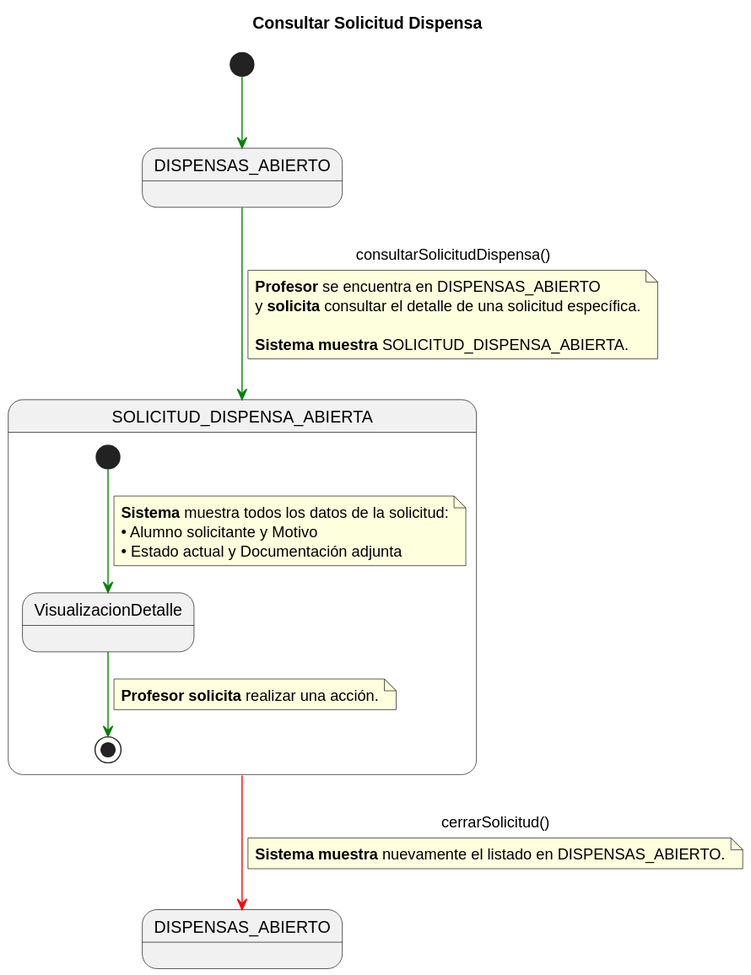
This is documents/CasosDeUso/DetalladoCasosDeUso/Profesor/consultarSolicitudDispensa.svg from enmabry/25-26-IdSw1-SdR, a PlantUML export, as it was before one commit.
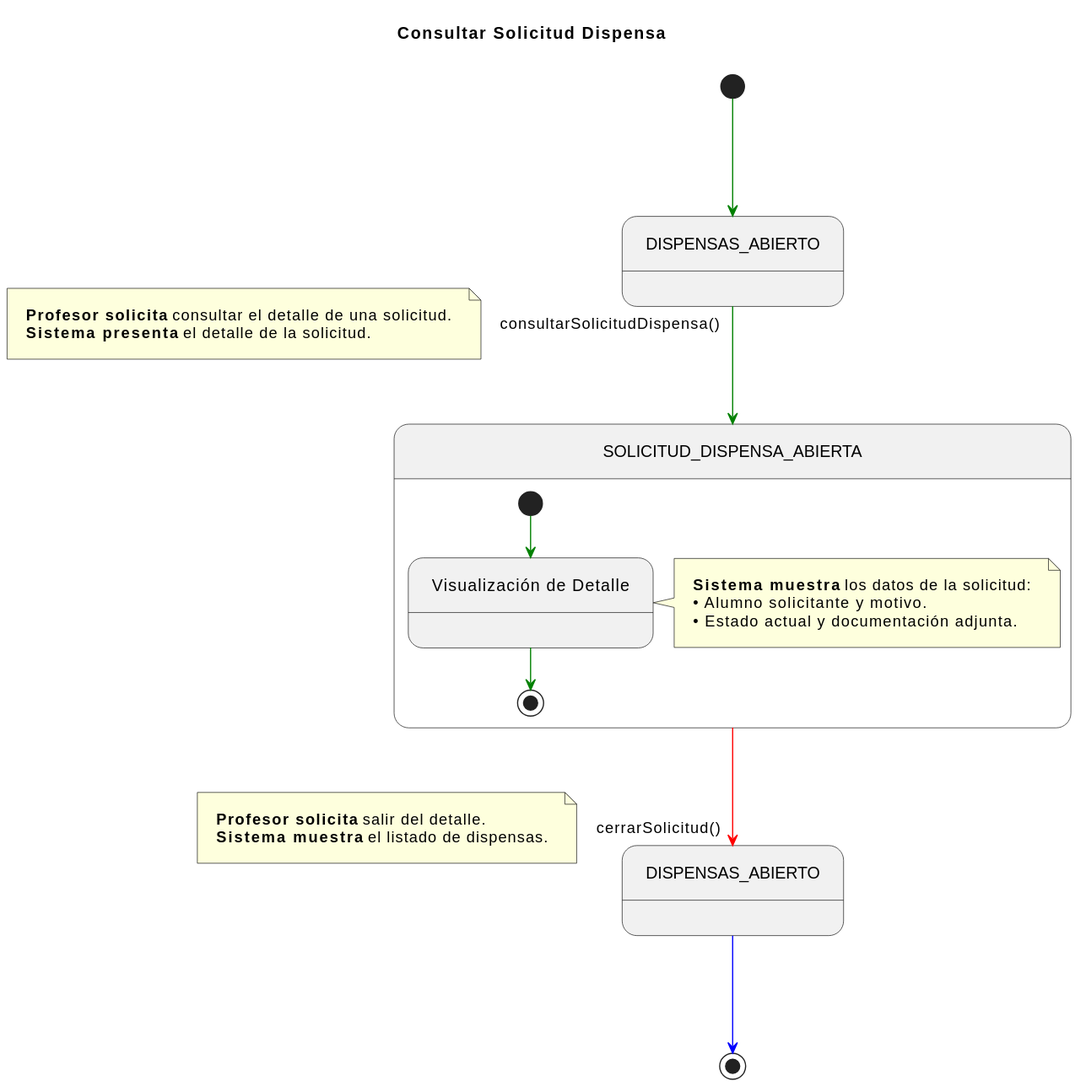
After the change.

Change to the diagram source:
```diff
@@ -1,40 +1,38 @@
 @startuml
 title Consultar Solicitud Dispensa
-skinparam linetype polyline
+skinparam nodesep 100
+skinparam ranksep 100
+skinparam linetype ortho
+skinparam Padding 10
 
 state DISPENSAS_ABIERTO_INICIAL       as "DISPENSAS_ABIERTO"
-state DISPENSAS_ABIERTO_FINAL       as "DISPENSAS_ABIERTO"
+state DISPENSAS_ABIERTO_FINAL         as "DISPENSAS_ABIERTO"
 state SOLICITUD_DISPENSA_ABIERTA_COMP as "SOLICITUD_DISPENSA_ABIERTA"
 
 [*] -[#green]-> DISPENSAS_ABIERTO_INICIAL
 
 DISPENSAS_ABIERTO_INICIAL -[#green]-> SOLICITUD_DISPENSA_ABIERTA_COMP : consultarSolicitudDispensa()
-note on link
-<b>Profesor</b> se encuentra en DISPENSAS_ABIERTO
-y <b>solicita</b> consultar el detalle de una solicitud específica.
-
-<b>Sistema muestra</b> SOLICITUD_DISPENSA_ABIERTA.
+note left on link
+    <b>Profesor solicita</b> consultar el detalle de una solicitud.
+    <b>Sistema presenta</b> el detalle de la solicitud.
 end note
 
-state SOLICITUD_DISPENSA_ABIERTA_COMP as "SOLICITUD_DISPENSA_ABIERTA" {
-
-    state VisualizacionDetalle
-
+state SOLICITUD_DISPENSA_ABIERTA_COMP {
+    state VisualizacionDetalle as "Visualización de Detalle"
     [*] -[#green]-> VisualizacionDetalle
-    note on link
-    <b>Sistema</b> muestra todos los datos de la solicitud:
-    • Alumno solicitante y Motivo
-    • Estado actual y Documentación adjunta
+    note right of VisualizacionDetalle
+        <b>Sistema muestra</b> los datos de la solicitud:
+        • Alumno solicitante y motivo.
+        • Estado actual y documentación adjunta.
     end note
-
     VisualizacionDetalle -[#green]-> [*]
-    note on link
-    <b>Profesor solicita</b> realizar una acción.
-    end note
 }
 
 SOLICITUD_DISPENSA_ABIERTA_COMP -[#red]-> DISPENSAS_ABIERTO_FINAL : cerrarSolicitud()
-note on link
-<b>Sistema muestra</b> nuevamente el listado en DISPENSAS_ABIERTO.
+note left on link
+    <b>Profesor solicita</b> salir del detalle.
+    <b>Sistema muestra</b> el listado de dispensas.
 end note
+
+DISPENSAS_ABIERTO_FINAL -[#blue]-> [*]
 @enduml
```
